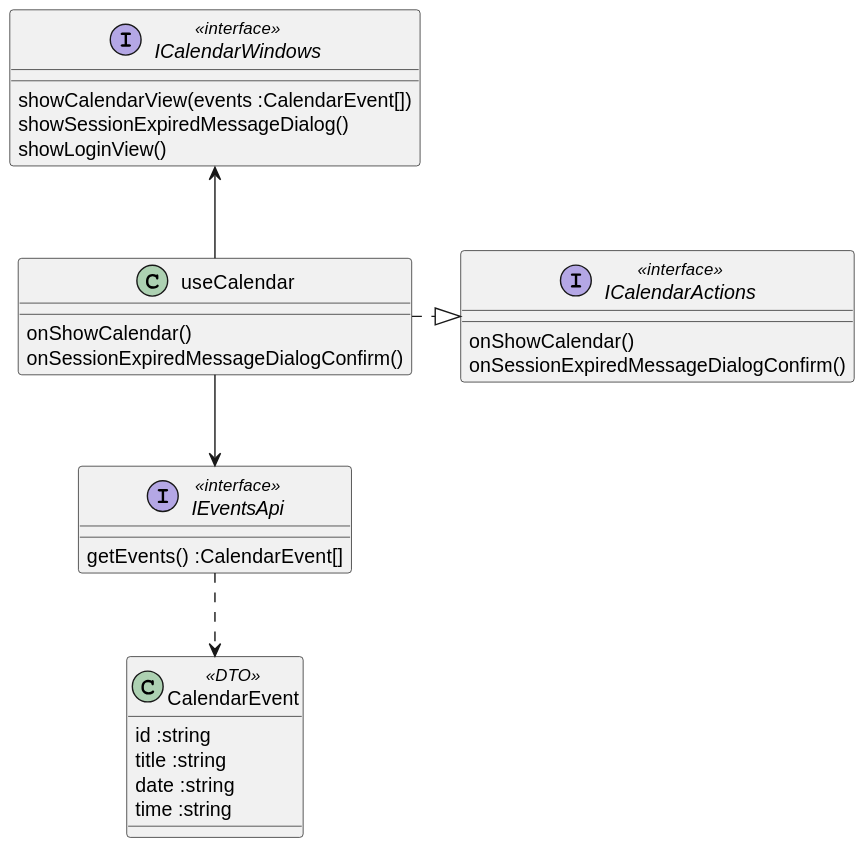
This is diagrams/frontend/rendered/calendar-presenter.svg from Igor-Ochocki/POP-2026Z, a PlantUML export, as it was before one commit. The source it was exported from:
```plantuml
@startuml
class useCalendar {
onShowCalendar()
onSessionExpiredMessageDialogConfirm()
}

interface ICalendarActions <<interface>> {
onShowCalendar()
onSessionExpiredMessageDialogConfirm()
}

useCalendar .|> ICalendarActions

useCalendar --> IEventsApi
useCalendar -u-> ICalendarWindows

interface IEventsApi <<interface>> {
getEvents() :CalendarEvent[]
}

interface ICalendarWindows <<interface>> {
showCalendarView(events :CalendarEvent[])
showSessionExpiredMessageDialog()
showLoginView()
}

class CalendarEvent <<DTO>> {
id :string
title :string
date :string
time :string
}

IEventsApi ..> CalendarEvent
@enduml
```
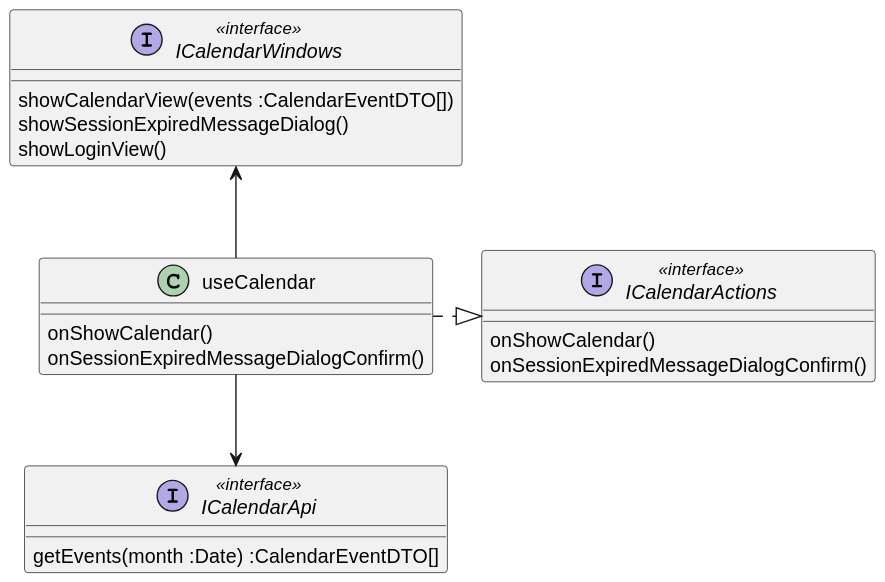
Later version of the same file.

Commit message:
PU1/fe: poprawa diagramów

Change to the diagram source:
```diff
@@ -11,25 +11,16 @@
 
 useCalendar .|> ICalendarActions
 
-useCalendar --> IEventsApi
+useCalendar --> ICalendarApi
 useCalendar -u-> ICalendarWindows
 
-interface IEventsApi <<interface>> {
-getEvents() :CalendarEvent[]
+interface ICalendarApi <<interface>> {
+getEvents(month :Date) :CalendarEventDTO[]
 }
 
 interface ICalendarWindows <<interface>> {
-showCalendarView(events :CalendarEvent[])
+showCalendarView(events :CalendarEventDTO[])
 showSessionExpiredMessageDialog()
 showLoginView()
 }
-
-class CalendarEvent <<DTO>> {
-id :string
-title :string
-date :string
-time :string
-}
-
-IEventsApi ..> CalendarEvent
 @enduml
```
